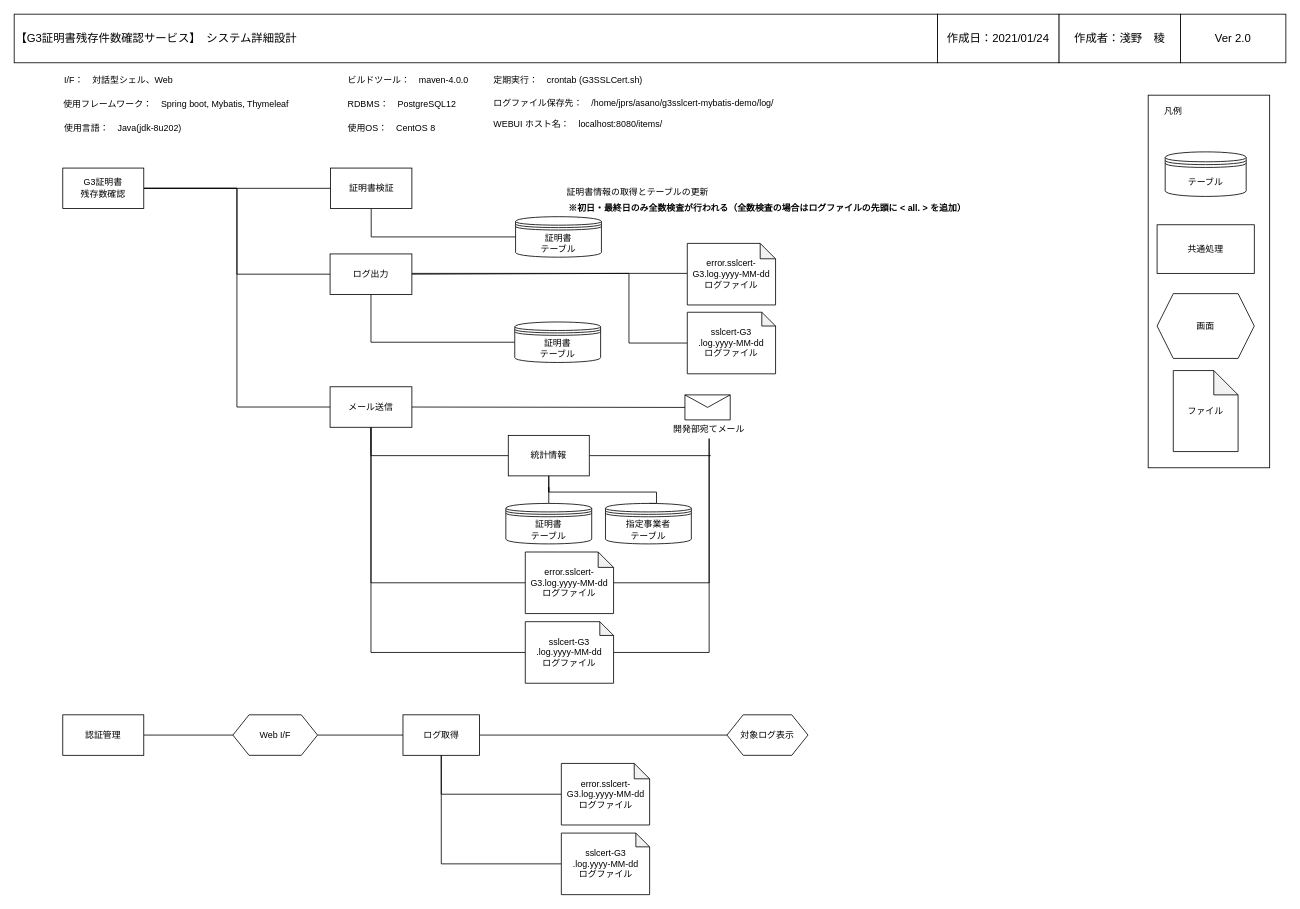
The draw.io diagram page "システム概要図" (6 of 6) of UMLDiagram.drawio in r-asano/kaihatsubuKenshu, before the edit. Source tidied: cells renumbered, new cells numbered last; positions are measured from the earlier drawing's top-left corner, leaving out a move shared by most shapes. Both pictures are drawn from the tidied source at 81%, with x=0, y=0 at pixel (14, 14).
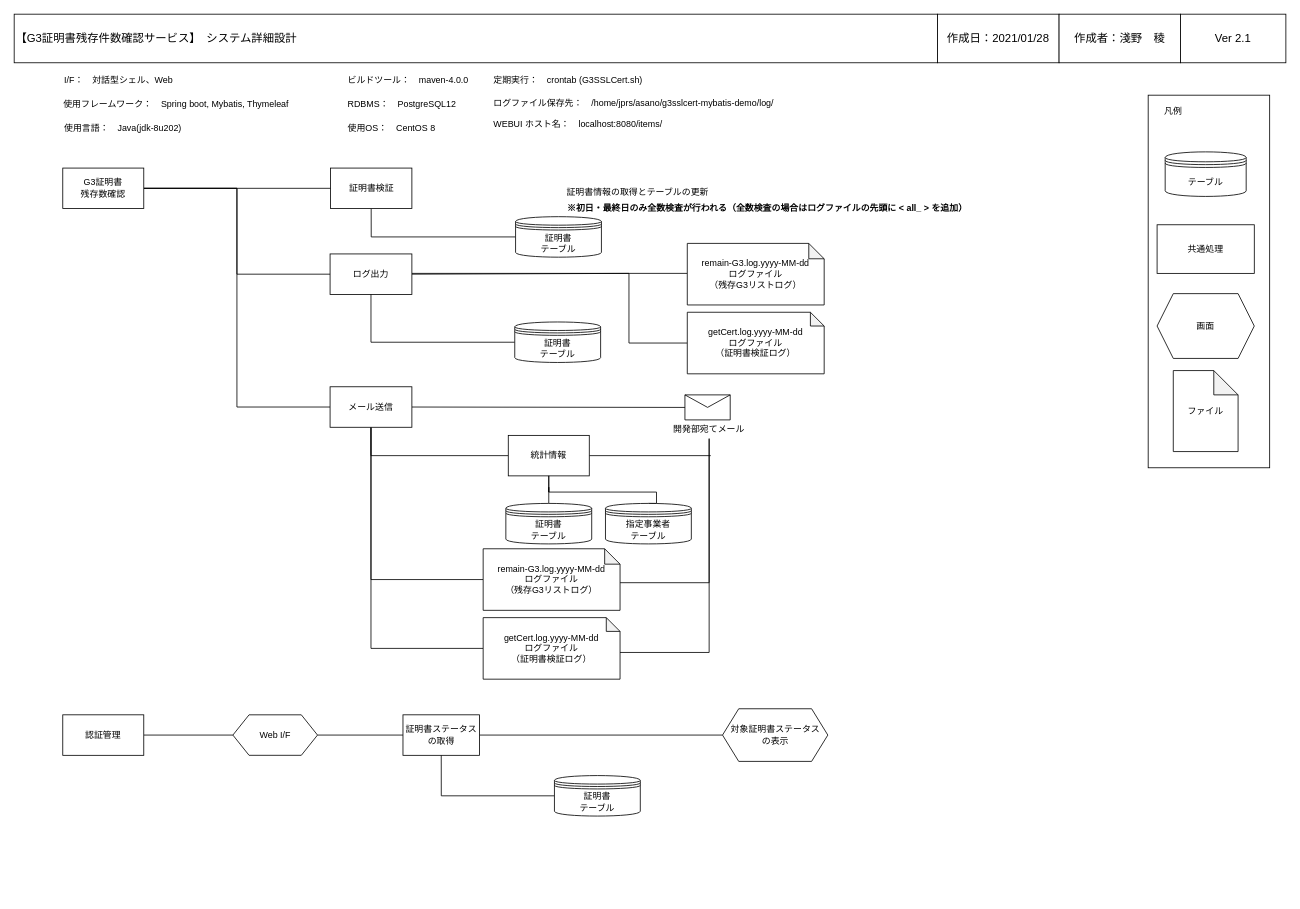
The same page after the edit.

Commit message:
WEB UI変更

Unchanged cells that the change refers to:
```xml
<mxCell id="37" value="開発部宛てメール" style="text;html=1;strokeColor=none;fillColor=none;align=center;verticalAlign=middle;whiteSpace=wrap;rounded=0;fontSize=11;" parent="35" vertex="1">
  <mxGeometry x="7" y="30.9" width="94" height="23.1" as="geometry" />
</mxCell>
<mxCell id="45" value="メール送信" style="rounded=0;whiteSpace=wrap;html=1;shadow=0;strokeColor=#000000;fontSize=11;" parent="1" vertex="1">
  <mxGeometry x="390" y="460" width="101" height="50" as="geometry" />
</mxCell>
```

The edit, as a diff of the source:
```diff
@@
-    <mxCell id="5" value="&lt;font style=&quot;font-size: 14px&quot;&gt;作成日：2021/01/24&lt;/font&gt;" style="rounded=0;whiteSpace=wrap;html=1;fontSize=14;" parent="1" vertex="1">
+    <mxCell id="5" value="&lt;font style=&quot;font-size: 14px&quot;&gt;作成日：2021/01/28&lt;/font&gt;" style="rounded=0;whiteSpace=wrap;html=1;fontSize=14;" parent="1" vertex="1">
       <mxGeometry x="1140" width="150" height="60" as="geometry" />
     </mxCell>
@@
-    <mxCell id="7" value="&lt;font style=&quot;font-size: 14px&quot;&gt;Ver 2.0&lt;br&gt;&lt;/font&gt;" style="rounded=0;whiteSpace=wrap;html=1;fontSize=14;" parent="1" vertex="1">
+    <mxCell id="7" value="&lt;font style=&quot;font-size: 14px&quot;&gt;Ver 2.1&lt;/font&gt;" style="rounded=0;whiteSpace=wrap;html=1;fontSize=14;" parent="1" vertex="1">
       <mxGeometry x="1440" width="130" height="60" as="geometry" />
     </mxCell>
@@
-    <mxCell id="32" value="&lt;div style=&quot;font-size: 11px;&quot;&gt;ログ取得&lt;/div&gt;" style="rounded=0;whiteSpace=wrap;html=1;fontSize=11;" parent="1" vertex="1">
+    <mxCell id="32" value="証明書ステータスの取得" style="rounded=0;whiteSpace=wrap;html=1;fontSize=11;" parent="1" vertex="1">
       <mxGeometry x="480" y="865" width="94.5" height="50" as="geometry" />
     </mxCell>
-    <mxCell id="33" value="※初日・最終日のみ全数検査が行われる（全数検査の場合はログファイルの先頭に &amp;lt; all. &amp;gt; を追加）" style="text;html=1;strokeColor=none;fillColor=none;align=center;verticalAlign=middle;whiteSpace=wrap;rounded=0;fontSize=11;fontStyle=1;" parent="1" vertex="1">
+    <mxCell id="33" value="※初日・最終日のみ全数検査が行われる（全数検査の場合はログファイルの先頭に &amp;lt; all_ &amp;gt; を追加）" style="text;html=1;strokeColor=none;fillColor=none;align=center;verticalAlign=middle;whiteSpace=wrap;rounded=0;fontSize=11;fontStyle=1;" parent="1" vertex="1">
       <mxGeometry x="660" y="230" width="540" height="20" as="geometry" />
     </mxCell>
-    <mxCell id="34" value="対象ログ表示" style="shape=hexagon;perimeter=hexagonPerimeter2;whiteSpace=wrap;html=1;fixedSize=1;fontSize=11;" parent="1" vertex="1">
-      <mxGeometry x="880" y="865" width="100" height="50" as="geometry" />
+    <mxCell id="34" value="&lt;div&gt;対象証明書ステータス&lt;/div&gt;&lt;div&gt;の表示&lt;/div&gt;" style="shape=hexagon;perimeter=hexagonPerimeter2;whiteSpace=wrap;html=1;fixedSize=1;fontSize=11;" parent="1" vertex="1">
+      <mxGeometry x="874.5" y="857.5" width="130" height="65" as="geometry" />
     </mxCell>
@@
-    <mxCell id="43" style="edgeStyle=orthogonalEdgeStyle;rounded=0;jumpStyle=arc;jettySize=auto;html=1;exitX=0.5;exitY=1;exitDx=0;exitDy=0;entryX=0;entryY=0.5;entryDx=0;entryDy=0;entryPerimeter=0;endArrow=none;endFill=0;fontSize=11;" parent="1" edge="1" source="45" target="55">
+    <mxCell id="43" style="edgeStyle=orthogonalEdgeStyle;rounded=0;jumpStyle=arc;jettySize=auto;html=1;exitX=0.5;exitY=1;exitDx=0;exitDy=0;entryX=0;entryY=0.5;entryDx=0;entryDy=0;entryPerimeter=0;endArrow=none;endFill=0;fontSize=11;" parent="1" edge="1" source="45" target="67">
       <mxGeometry relative="1" as="geometry" />
     </mxCell>
-    <mxCell id="44" style="edgeStyle=orthogonalEdgeStyle;rounded=0;jumpStyle=arc;jettySize=auto;html=1;exitX=0.5;exitY=1;exitDx=0;exitDy=0;entryX=0;entryY=0.5;entryDx=0;entryDy=0;entryPerimeter=0;endArrow=none;endFill=0;fontSize=11;" parent="1" edge="1" source="45" target="53">
+    <mxCell id="44" style="edgeStyle=orthogonalEdgeStyle;rounded=0;jumpStyle=arc;jettySize=auto;html=1;exitX=0.5;exitY=1;exitDx=0;exitDy=0;entryX=0;entryY=0.5;entryDx=0;entryDy=0;entryPerimeter=0;endArrow=none;endFill=0;fontSize=11;" parent="1" edge="1" source="45" target="66">
       <mxGeometry relative="1" as="geometry" />
     </mxCell>
@@
-    <mxCell id="52" style="edgeStyle=orthogonalEdgeStyle;rounded=0;jumpStyle=none;jettySize=auto;html=1;entryX=0.5;entryY=1;entryDx=0;entryDy=0;endArrow=none;endFill=0;fontSize=11;" parent="1" edge="1" source="53" target="37">
+    <mxCell id="52" style="edgeStyle=orthogonalEdgeStyle;rounded=0;jumpStyle=none;jettySize=auto;html=1;entryX=0.5;entryY=1;entryDx=0;entryDy=0;endArrow=none;endFill=0;fontSize=11;exitX=1;exitY=0.551;exitDx=0;exitDy=0;exitPerimeter=0;" parent="1" edge="1" source="66" target="37">
       <mxGeometry relative="1" as="geometry" />
     </mxCell>
-    <mxCell id="53" value="&lt;div style=&quot;font-size: 11px&quot;&gt;error.sslcert-G3.log.yyyy-MM-dd&lt;/div&gt;&lt;div style=&quot;font-size: 11px&quot;&gt;ログファイル&lt;/div&gt;" style="shape=note;whiteSpace=wrap;html=1;backgroundOutline=1;darkOpacity=0.05;fontSize=11;size=19;" parent="1" vertex="1">
-      <mxGeometry x="631" y="664" width="109" height="76" as="geometry" />
-    </mxCell>
-    <mxCell id="54" style="edgeStyle=orthogonalEdgeStyle;rounded=0;jumpStyle=none;jettySize=auto;html=1;endArrow=none;endFill=0;fontSize=11;entryX=0.5;entryY=1;entryDx=0;entryDy=0;jumpSize=8;" parent="1" edge="1" source="55" target="37">
+    <mxCell id="54" style="edgeStyle=orthogonalEdgeStyle;rounded=0;jumpStyle=none;jettySize=auto;html=1;endArrow=none;endFill=0;fontSize=11;entryX=0.5;entryY=1;entryDx=0;entryDy=0;jumpSize=8;exitX=0.996;exitY=0.549;exitDx=0;exitDy=0;exitPerimeter=0;" parent="1" edge="1" source="67" target="37">
       <mxGeometry relative="1" as="geometry">
         <Array as="points">
+          <mxPoint x="747" y="788" />
           <mxPoint x="858" y="788" />
         </Array>
       </mxGeometry>
     </mxCell>
-    <mxCell id="55" value="&lt;div style=&quot;font-size: 11px&quot;&gt;sslcert-G3&lt;/div&gt;&lt;div style=&quot;font-size: 11px&quot;&gt;.log.yyyy-MM-dd&lt;/div&gt;&lt;div style=&quot;font-size: 11px&quot;&gt;ログファイル&lt;/div&gt;" style="shape=note;whiteSpace=wrap;html=1;backgroundOutline=1;darkOpacity=0.05;fontSize=11;size=17;" parent="1" vertex="1">
-      <mxGeometry x="631" y="750" width="109" height="76" as="geometry" />
-    </mxCell>
@@
-    <mxCell id="57" style="edgeStyle=orthogonalEdgeStyle;rounded=0;jumpStyle=arc;jettySize=auto;html=1;exitX=0;exitY=0.5;exitDx=0;exitDy=0;exitPerimeter=0;endArrow=none;endFill=0;fontSize=11;entryX=0.5;entryY=1;entryDx=0;entryDy=0;" parent="1" edge="1" source="63" target="32">
+    <mxCell id="57" style="edgeStyle=orthogonalEdgeStyle;rounded=0;jumpStyle=arc;jettySize=auto;html=1;exitX=0;exitY=0.5;exitDx=0;exitDy=0;endArrow=none;endFill=0;fontSize=11;entryX=0.5;entryY=1;entryDx=0;entryDy=0;" parent="1" edge="1" source="68" target="32">
       <mxGeometry relative="1" as="geometry" />
     </mxCell>
-    <mxCell id="58" style="edgeStyle=orthogonalEdgeStyle;rounded=0;jumpStyle=arc;jettySize=auto;html=1;exitX=0;exitY=0.5;exitDx=0;exitDy=0;exitPerimeter=0;entryX=0.5;entryY=1;entryDx=0;entryDy=0;endArrow=none;endFill=0;fontSize=11;" parent="1" edge="1" source="64" target="32">
-      <mxGeometry relative="1" as="geometry" />
-    </mxCell>
@@
-    <mxCell id="61" value="&lt;div style=&quot;font-size: 11px&quot;&gt;error.sslcert-G3.log.yyyy-MM-dd&lt;/div&gt;&lt;div style=&quot;font-size: 11px&quot;&gt;ログファイル&lt;/div&gt;" style="shape=note;whiteSpace=wrap;html=1;backgroundOutline=1;darkOpacity=0.05;fontSize=11;size=19;" parent="1" vertex="1">
-      <mxGeometry x="831" y="283" width="109" height="76" as="geometry" />
+    <mxCell id="61" value="&lt;div style=&quot;font-size: 11px&quot;&gt;remain-G3.log.yyyy-MM-dd&lt;/div&gt;&lt;div style=&quot;font-size: 11px&quot;&gt;ログファイル&lt;/div&gt;&lt;div style=&quot;font-size: 11px&quot;&gt;（残存G3リストログ）&lt;br&gt;&lt;/div&gt;" style="shape=note;whiteSpace=wrap;html=1;backgroundOutline=1;darkOpacity=0.05;fontSize=11;size=19;" parent="1" vertex="1">
+      <mxGeometry x="831" y="283" width="169" height="76" as="geometry" />
     </mxCell>
-    <mxCell id="62" value="&lt;div style=&quot;font-size: 11px&quot;&gt;sslcert-G3&lt;/div&gt;&lt;div style=&quot;font-size: 11px&quot;&gt;.log.yyyy-MM-dd&lt;/div&gt;&lt;div style=&quot;font-size: 11px&quot;&gt;ログファイル&lt;/div&gt;" style="shape=note;whiteSpace=wrap;html=1;backgroundOutline=1;darkOpacity=0.05;fontSize=11;size=17;" parent="1" vertex="1">
-      <mxGeometry x="831" y="368" width="109" height="76" as="geometry" />
+    <mxCell id="62" value="&lt;div style=&quot;font-size: 11px&quot;&gt;getCert.log.yyyy-MM-dd&lt;/div&gt;&lt;div style=&quot;font-size: 11px&quot;&gt;ログファイル&lt;/div&gt;&lt;div style=&quot;font-size: 11px&quot;&gt;（証明書検証ログ）&lt;br&gt;&lt;/div&gt;" style="shape=note;whiteSpace=wrap;html=1;backgroundOutline=1;darkOpacity=0.05;fontSize=11;size=17;" parent="1" vertex="1">
+      <mxGeometry x="831" y="368" width="169" height="76" as="geometry" />
     </mxCell>
-    <mxCell id="63" value="&lt;div style=&quot;font-size: 11px&quot;&gt;error.sslcert-G3.log.yyyy-MM-dd&lt;/div&gt;&lt;div style=&quot;font-size: 11px&quot;&gt;ログファイル&lt;/div&gt;" style="shape=note;whiteSpace=wrap;html=1;backgroundOutline=1;darkOpacity=0.05;fontSize=11;size=19;" parent="1" vertex="1">
-      <mxGeometry x="675.5" y="925" width="109" height="76" as="geometry" />
-    </mxCell>
-    <mxCell id="64" value="&lt;div style=&quot;font-size: 11px&quot;&gt;sslcert-G3&lt;/div&gt;&lt;div style=&quot;font-size: 11px&quot;&gt;.log.yyyy-MM-dd&lt;/div&gt;&lt;div style=&quot;font-size: 11px&quot;&gt;ログファイル&lt;/div&gt;" style="shape=note;whiteSpace=wrap;html=1;backgroundOutline=1;darkOpacity=0.05;fontSize=11;size=17;" parent="1" vertex="1">
-      <mxGeometry x="675.5" y="1011" width="109" height="76" as="geometry" />
-    </mxCell>
@@
+    <mxCell id="66" value="&lt;div style=&quot;font-size: 11px&quot;&gt;remain-G3.log.yyyy-MM-dd&lt;/div&gt;&lt;div style=&quot;font-size: 11px&quot;&gt;ログファイル&lt;/div&gt;&lt;div style=&quot;font-size: 11px&quot;&gt;（残存G3リストログ）&lt;br&gt;&lt;/div&gt;" style="shape=note;whiteSpace=wrap;html=1;backgroundOutline=1;darkOpacity=0.05;fontSize=11;size=19;" parent="1" vertex="1">
+      <mxGeometry x="579" y="660" width="169" height="76" as="geometry" />
+    </mxCell>
+    <mxCell id="67" value="&lt;div style=&quot;font-size: 11px&quot;&gt;getCert.log.yyyy-MM-dd&lt;/div&gt;&lt;div style=&quot;font-size: 11px&quot;&gt;ログファイル&lt;/div&gt;&lt;div style=&quot;font-size: 11px&quot;&gt;（証明書検証ログ）&lt;br&gt;&lt;/div&gt;" style="shape=note;whiteSpace=wrap;html=1;backgroundOutline=1;darkOpacity=0.05;fontSize=11;size=17;" parent="1" vertex="1">
+      <mxGeometry x="579" y="745" width="169" height="76" as="geometry" />
+    </mxCell>
+    <mxCell id="68" value="証明書&lt;br style=&quot;font-size: 11px;&quot;&gt;&lt;div style=&quot;font-size: 11px;&quot;&gt;テーブル&lt;/div&gt;" style="shape=datastore;whiteSpace=wrap;html=1;fontSize=11;" parent="1" vertex="1">
+      <mxGeometry x="667" y="940" width="106" height="50" as="geometry" />
+    </mxCell>
```
